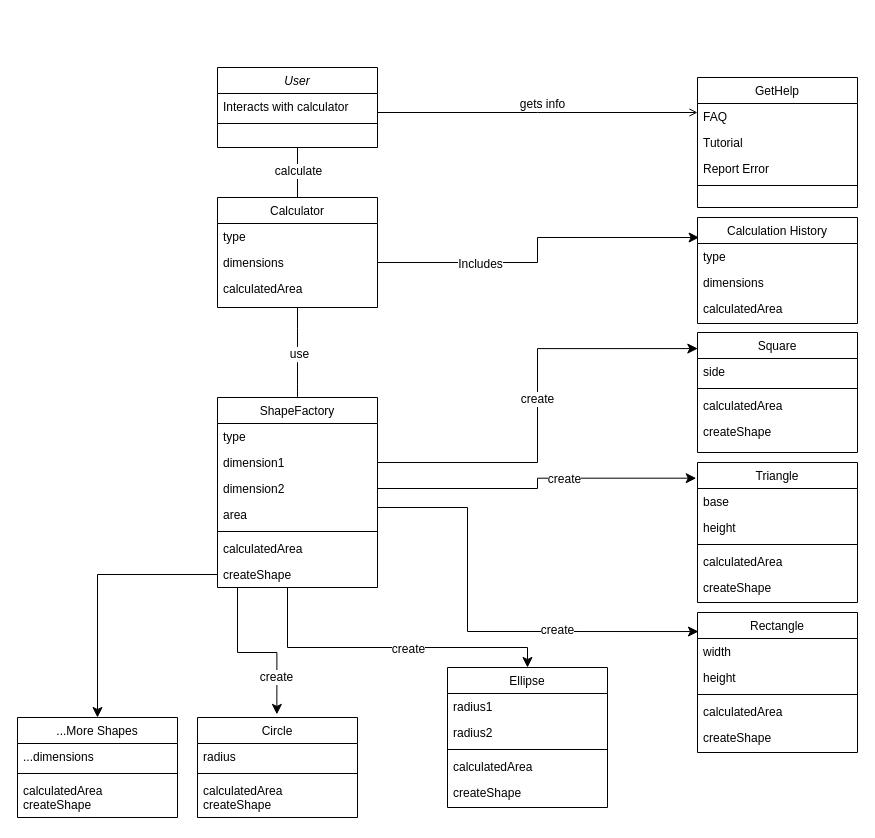
gelaws-hub/ta-rplbk keeps this draw.io diagram as diagrams/Class Diagram.drawio. Above is the earlier version. Source tidied: cells renumbered, new cells numbered last; positions are measured from the earlier drawing's top-left corner, leaving out a move shared by most shapes. Both pictures are drawn from the tidied source at 100%, with x=0, y=0 at pixel (17, 67).
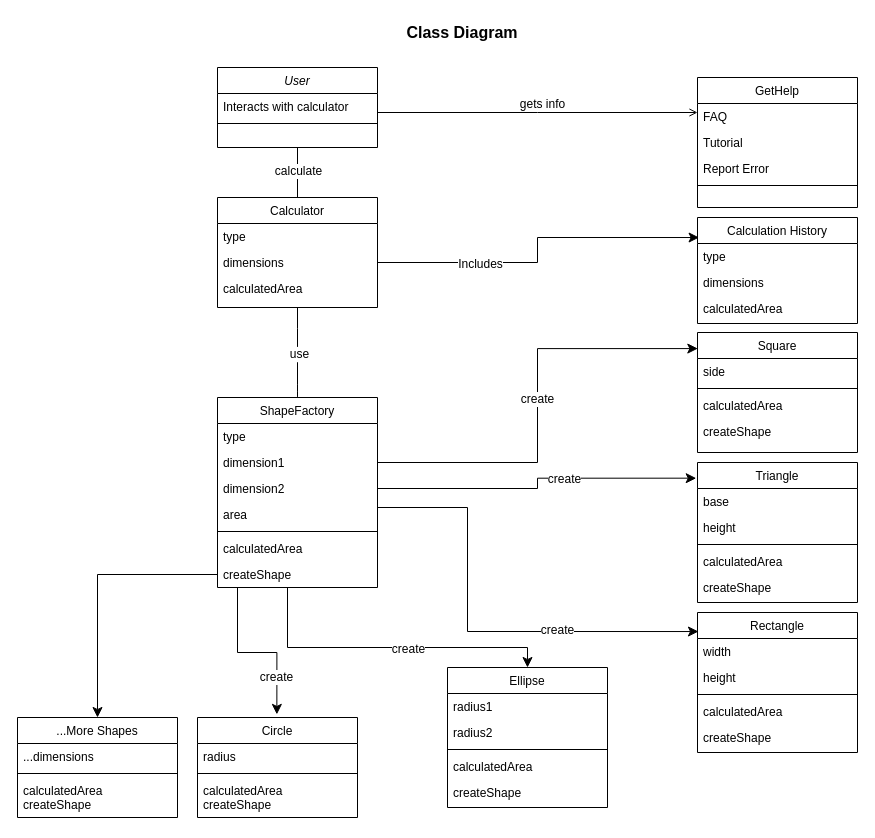
Above is the later version.

The edit, as a diff of the source:
```diff
@@
+    <mxCell id="76" value="Class Diagram" style="text;html=1;align=center;verticalAlign=middle;whiteSpace=wrap;rounded=0;fontSize=16;fontStyle=1;" parent="1" vertex="1">
+      <mxGeometry x="370" y="-50" width="150" height="30" as="geometry" />
+    </mxCell>
```
